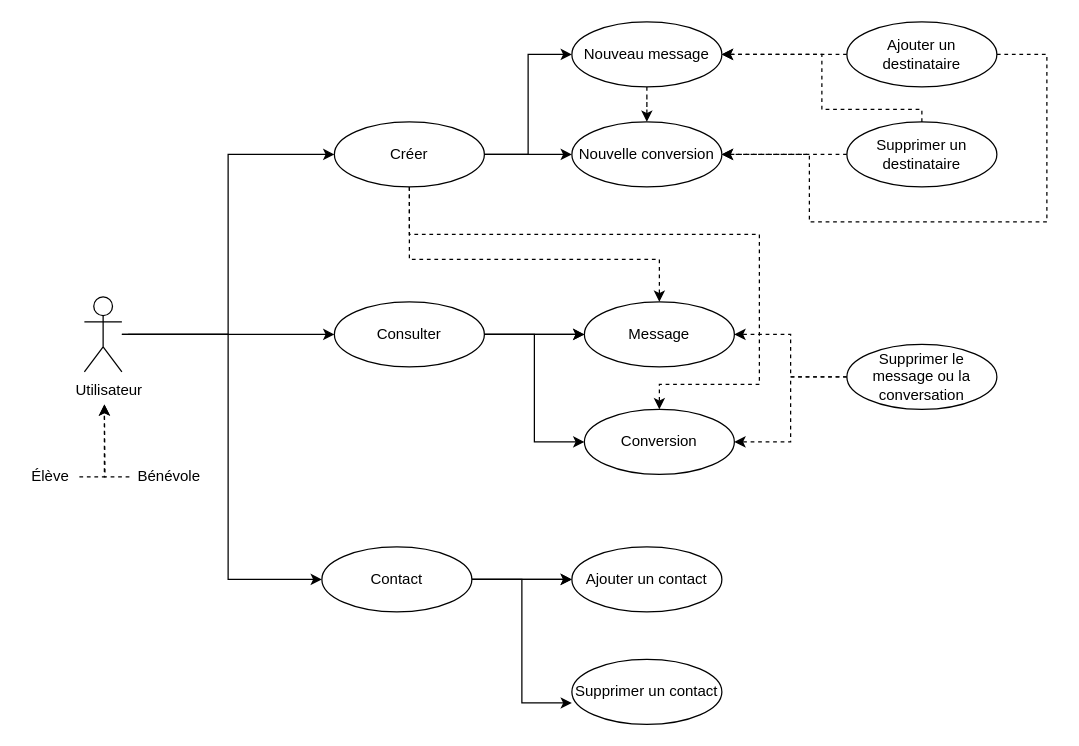
Before: oc/oc10/cas_d_utilisation_chat.drawio in tempetflamer/Assets, a draw.io diagram. Source tidied: cells renumbered, new cells numbered last; positions are measured from the earlier drawing's top-left corner, leaving out a move shared by most shapes. Both pictures are drawn from the tidied source at 125%, with x=0, y=0 at pixel (21, 21).
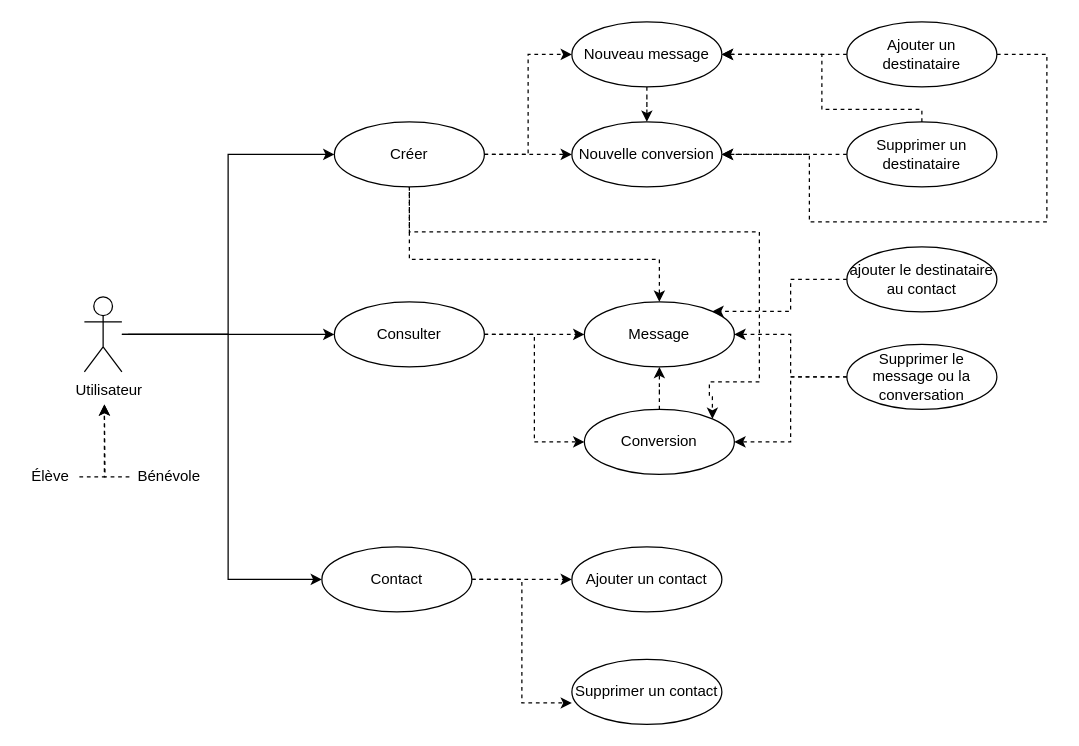
After the change.

Commit message:
Mettre à jour cas_d_utilisation_chat.drawio

Unchanged cells that the change refers to:
```xml
<mxCell id="14" value="Consulter" style="ellipse;whiteSpace=wrap;html=1;" parent="1" vertex="1">
  <mxGeometry x="250" y="224" width="120" height="52" as="geometry" />
</mxCell>
<mxCell id="19" value="Créer" style="ellipse;whiteSpace=wrap;html=1;" parent="1" vertex="1">
  <mxGeometry x="250" y="80" width="120" height="52" as="geometry" />
</mxCell>
<mxCell id="20" value="Message" style="ellipse;whiteSpace=wrap;html=1;" parent="1" vertex="1">
  <mxGeometry x="450" y="224" width="120" height="52" as="geometry" />
</mxCell>
<mxCell id="21" value="Conversion" style="ellipse;whiteSpace=wrap;html=1;" parent="1" vertex="1">
  <mxGeometry x="450" y="310" width="120" height="52" as="geometry" />
</mxCell>
<mxCell id="23" value="Nouveau message" style="ellipse;whiteSpace=wrap;html=1;" parent="1" vertex="1">
  <mxGeometry x="440" width="120" height="52" as="geometry" />
</mxCell>
<mxCell id="24" value="Nouvelle conversion" style="ellipse;whiteSpace=wrap;html=1;" parent="1" vertex="1">
  <mxGeometry x="440" y="80" width="120" height="52" as="geometry" />
</mxCell>
<mxCell id="28" value="Contact" style="ellipse;whiteSpace=wrap;html=1;" parent="1" vertex="1">
  <mxGeometry x="240" y="420" width="120" height="52" as="geometry" />
</mxCell>
<mxCell id="29" value="Ajouter un contact" style="ellipse;whiteSpace=wrap;html=1;" parent="1" vertex="1">
  <mxGeometry x="440" y="420" width="120" height="52" as="geometry" />
</mxCell>
<mxCell id="30" value="Supprimer un contact" style="ellipse;whiteSpace=wrap;html=1;" parent="1" vertex="1">
  <mxGeometry x="440" y="510" width="120" height="52" as="geometry" />
</mxCell>
```

Diff of the diagram source:
```diff
@@
-    <mxCell id="11" style="edgeStyle=orthogonalEdgeStyle;rounded=0;jettySize=auto;html=1;" parent="1" edge="1" source="14" target="20">
-      <mxGeometry relative="1" as="geometry" />
-    </mxCell>
-    <mxCell id="12" style="edgeStyle=orthogonalEdgeStyle;rounded=0;jettySize=auto;html=1;" parent="1" edge="1" source="14" target="20">
-      <mxGeometry relative="1" as="geometry" />
+    <mxCell id="12" style="edgeStyle=orthogonalEdgeStyle;rounded=0;jettySize=auto;html=1;dashed=1;" parent="1" edge="1" source="14" target="20">
+      <mxGeometry relative="1" as="geometry">
+        <Array as="points">
+          <mxPoint x="430" y="250" />
+          <mxPoint x="430" y="250" />
+        </Array>
+      </mxGeometry>
     </mxCell>
-    <mxCell id="13" style="edgeStyle=orthogonalEdgeStyle;rounded=0;jettySize=auto;html=1;entryX=0;entryY=0.5;entryDx=0;entryDy=0;" parent="1" edge="1" source="14" target="21">
+    <mxCell id="13" style="edgeStyle=orthogonalEdgeStyle;rounded=0;jettySize=auto;html=1;entryX=0;entryY=0.5;entryDx=0;entryDy=0;dashed=1;" parent="1" edge="1" source="14" target="21">
       <mxGeometry relative="1" as="geometry" />
     </mxCell>
@@
-    <mxCell id="15" style="edgeStyle=orthogonalEdgeStyle;rounded=0;jettySize=auto;html=1;" parent="1" edge="1" source="19" target="24">
+    <mxCell id="15" style="edgeStyle=orthogonalEdgeStyle;rounded=0;jettySize=auto;html=1;dashed=1;" parent="1" edge="1" source="19" target="24">
       <mxGeometry relative="1" as="geometry" />
     </mxCell>
-    <mxCell id="16" style="edgeStyle=orthogonalEdgeStyle;rounded=0;jettySize=auto;html=1;entryX=0;entryY=0.5;entryDx=0;entryDy=0;" parent="1" edge="1" source="19" target="23">
+    <mxCell id="16" style="edgeStyle=orthogonalEdgeStyle;rounded=0;jettySize=auto;html=1;entryX=0;entryY=0.5;entryDx=0;entryDy=0;dashed=1;" parent="1" edge="1" source="19" target="23">
       <mxGeometry relative="1" as="geometry" />
     </mxCell>
@@
-    <mxCell id="18" style="edgeStyle=orthogonalEdgeStyle;rounded=0;jettySize=auto;html=1;dashed=1;entryX=0.5;entryY=0;entryDx=0;entryDy=0;" parent="1" edge="1" source="19" target="21">
+    <mxCell id="18" style="edgeStyle=orthogonalEdgeStyle;rounded=0;jettySize=auto;html=1;dashed=1;entryX=1;entryY=0;entryDx=0;entryDy=0;" parent="1" edge="1" target="21">
       <mxGeometry relative="1" as="geometry">
+        <mxPoint x="310" y="130" as="sourcePoint" />
         <Array as="points">
-          <mxPoint x="310" y="170" />
-          <mxPoint x="590" y="170" />
-          <mxPoint x="590" y="290" />
-          <mxPoint x="510" y="290" />
+          <mxPoint x="310" y="168" />
+          <mxPoint x="590" y="168" />
+          <mxPoint x="590" y="288" />
+          <mxPoint x="550" y="288" />
+          <mxPoint x="550" y="300" />
+          <mxPoint x="552" y="300" />
         </Array>
       </mxGeometry>
     </mxCell>
@@
+    <mxCell id="40" style="edgeStyle=orthogonalEdgeStyle;rounded=0;jettySize=auto;html=1;dashed=1;" parent="1" edge="1" source="21" target="20">
+      <mxGeometry relative="1" as="geometry" />
+    </mxCell>
@@
-    <mxCell id="25" style="edgeStyle=orthogonalEdgeStyle;rounded=0;jettySize=auto;html=1;" parent="1" edge="1" source="28" target="29">
-      <mxGeometry relative="1" as="geometry" />
-    </mxCell>
-    <mxCell id="26" style="edgeStyle=orthogonalEdgeStyle;rounded=0;jettySize=auto;html=1;" parent="1" edge="1" source="28" target="29">
+    <mxCell id="26" style="edgeStyle=orthogonalEdgeStyle;rounded=0;jettySize=auto;html=1;dashed=1;" parent="1" edge="1" source="28" target="29">
       <mxGeometry relative="1" as="geometry" />
     </mxCell>
-    <mxCell id="27" style="edgeStyle=orthogonalEdgeStyle;rounded=0;jettySize=auto;html=1;entryX=0;entryY=0.67;entryDx=0;entryDy=0;entryPerimeter=0;" parent="1" edge="1" source="28" target="30">
+    <mxCell id="27" style="edgeStyle=orthogonalEdgeStyle;rounded=0;jettySize=auto;html=1;entryX=0;entryY=0.67;entryDx=0;entryDy=0;entryPerimeter=0;dashed=1;" parent="1" edge="1" source="28" target="30">
       <mxGeometry relative="1" as="geometry" />
     </mxCell>
@@
+    <mxCell id="41" style="edgeStyle=orthogonalEdgeStyle;rounded=0;jettySize=auto;html=1;entryX=1;entryY=0;entryDx=0;entryDy=0;dashed=1;" parent="1" edge="1" source="42" target="20">
+      <mxGeometry relative="1" as="geometry" />
+    </mxCell>
+    <mxCell id="42" value="ajouter le destinataire au contact" style="ellipse;whiteSpace=wrap;html=1;" parent="1" vertex="1">
+      <mxGeometry x="660" y="180" width="120" height="52" as="geometry" />
+    </mxCell>
```
